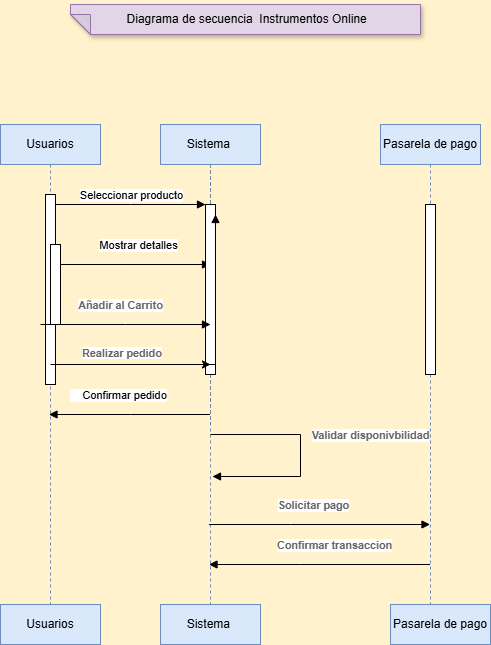
This is Diagrama de secuencia.drawio.png from Cas136/Instrumentos_Online, a draw.io export, as it was before one commit. Source tidied: cells renumbered, new cells last; positions are measured from the earlier drawing's top-left corner, leaving out a move shared by most shapes.
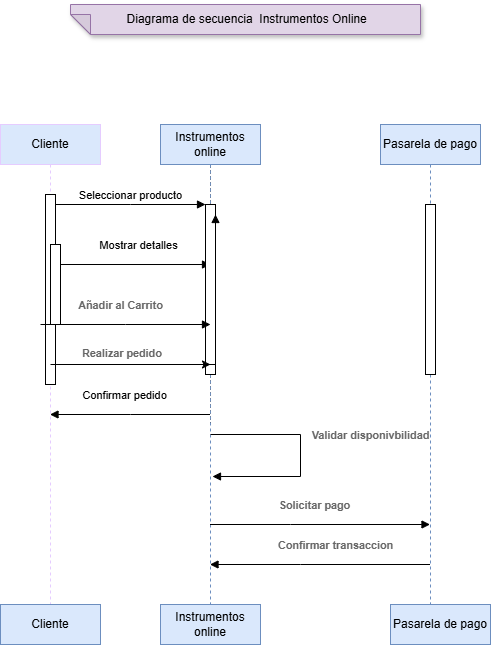
After the commit.

Change to the diagram source:
```diff
@@ -1,8 +1,8 @@
-<mxGraphModel background="#FFF2CC">
+<mxGraphModel background="#FFFFFF">
   <root>
     <mxCell id="0" />
     <mxCell id="1" parent="0" />
-    <mxCell id="2" value="Usuarios" style="shape=umlLifeline;perimeter=lifelinePerimeter;whiteSpace=wrap;html=1;outlineConnect=0;portConstraint=eastwest;newEdgeStyle={&quot;edgeStyle&quot;:&quot;elbowEdgeStyle&quot;,&quot;elbow&quot;:&quot;vertical&quot;,&quot;curved&quot;:0,&quot;rounded&quot;:0};fillColor=#dae8fc;strokeColor=#6c8ebf;" parent="1" vertex="1">
+    <mxCell id="2" value="Cliente" style="shape=umlLifeline;perimeter=lifelinePerimeter;whiteSpace=wrap;html=1;outlineConnect=0;portConstraint=eastwest;newEdgeStyle={&quot;edgeStyle&quot;:&quot;elbowEdgeStyle&quot;,&quot;elbow&quot;:&quot;vertical&quot;,&quot;curved&quot;:0,&quot;rounded&quot;:0};fillColor=#dae8fc;strokeColor=#E5CCFF;" parent="1" vertex="1">
       <mxGeometry y="120" width="100" height="480" as="geometry" />
     </mxCell>
     <mxCell id="3" style="html=1;points=[];perimeter=orthogonalPerimeter;outlineConnect=0;targetShapes=umlLifeline;portConstraint=eastwest;newEdgeStyle={&quot;edgeStyle&quot;:&quot;elbowEdgeStyle&quot;,&quot;elbow&quot;:&quot;vertical&quot;,&quot;curved&quot;:0,&quot;rounded&quot;:0};" parent="2" vertex="1">
@@ -33,7 +33,7 @@
         </Array>
       </mxGeometry>
     </mxCell>
-    <mxCell id="9" value="Sistema&amp;nbsp;" style="shape=umlLifeline;perimeter=lifelinePerimeter;whiteSpace=wrap;html=1;outlineConnect=0;portConstraint=eastwest;newEdgeStyle={&quot;edgeStyle&quot;:&quot;elbowEdgeStyle&quot;,&quot;elbow&quot;:&quot;vertical&quot;,&quot;curved&quot;:0,&quot;rounded&quot;:0};fillColor=#dae8fc;strokeColor=#6c8ebf;" parent="1" vertex="1">
+    <mxCell id="9" value="Instrumentos online" style="shape=umlLifeline;perimeter=lifelinePerimeter;whiteSpace=wrap;html=1;outlineConnect=0;portConstraint=eastwest;newEdgeStyle={&quot;edgeStyle&quot;:&quot;elbowEdgeStyle&quot;,&quot;elbow&quot;:&quot;vertical&quot;,&quot;curved&quot;:0,&quot;rounded&quot;:0};fillColor=#dae8fc;strokeColor=#6c8ebf;" parent="1" vertex="1">
       <mxGeometry x="160" y="120" width="100" height="480" as="geometry" />
     </mxCell>
     <mxCell id="10" style="html=1;points=[];perimeter=orthogonalPerimeter;outlineConnect=0;targetShapes=umlLifeline;portConstraint=eastwest;newEdgeStyle={&quot;edgeStyle&quot;:&quot;elbowEdgeStyle&quot;,&quot;elbow&quot;:&quot;vertical&quot;,&quot;curved&quot;:0,&quot;rounded&quot;:0};" parent="9" vertex="1">
@@ -72,10 +72,10 @@
     <mxCell id="16" value="&lt;span style=&quot;color: rgb(102, 102, 102); font-family: Helvetica; font-size: 10.7964px; font-style: normal; font-variant-ligatures: normal; font-variant-caps: normal; font-weight: 700; letter-spacing: normal; orphans: 2; text-align: center; text-indent: 0px; text-transform: none; widows: 2; word-spacing: 0px; -webkit-text-stroke-width: 0px; white-space: nowrap; background-color: rgb(255, 255, 255); text-decoration-thickness: initial; text-decoration-style: initial; text-decoration-color: initial; float: none; display: inline !important;&quot;&gt;Realizar pedido&lt;/span&gt;" style="text;whiteSpace=wrap;html=1;" parent="1" vertex="1">
       <mxGeometry x="80" y="335" width="120" height="40" as="geometry" />
     </mxCell>
-    <mxCell id="17" value="Usuarios" style="shape=umlLifeline;perimeter=lifelinePerimeter;whiteSpace=wrap;html=1;newEdgeStyle={&quot;edgeStyle&quot;:&quot;elbowEdgeStyle&quot;,&quot;elbow&quot;:&quot;vertical&quot;,&quot;curved&quot;:0,&quot;rounded&quot;:0};fillColor=#dae8fc;strokeColor=#6c8ebf;" parent="1" vertex="1">
+    <mxCell id="17" value="Cliente" style="shape=umlLifeline;perimeter=lifelinePerimeter;whiteSpace=wrap;html=1;newEdgeStyle={&quot;edgeStyle&quot;:&quot;elbowEdgeStyle&quot;,&quot;elbow&quot;:&quot;vertical&quot;,&quot;curved&quot;:0,&quot;rounded&quot;:0};fillColor=#dae8fc;strokeColor=#6c8ebf;" parent="1" vertex="1">
       <mxGeometry y="600" width="100" height="40" as="geometry" />
     </mxCell>
-    <mxCell id="18" value="Sistema&amp;nbsp;" style="shape=umlLifeline;perimeter=lifelinePerimeter;whiteSpace=wrap;html=1;newEdgeStyle={&quot;edgeStyle&quot;:&quot;elbowEdgeStyle&quot;,&quot;elbow&quot;:&quot;vertical&quot;,&quot;curved&quot;:0,&quot;rounded&quot;:0};fillColor=#dae8fc;strokeColor=#6c8ebf;" parent="1" vertex="1">
+    <mxCell id="18" value="Instrumentos online" style="shape=umlLifeline;perimeter=lifelinePerimeter;whiteSpace=wrap;html=1;newEdgeStyle={&quot;edgeStyle&quot;:&quot;elbowEdgeStyle&quot;,&quot;elbow&quot;:&quot;vertical&quot;,&quot;curved&quot;:0,&quot;rounded&quot;:0};fillColor=#dae8fc;strokeColor=#6c8ebf;" parent="1" vertex="1">
       <mxGeometry x="160" y="600" width="100" height="40" as="geometry" />
     </mxCell>
     <mxCell id="19" value="Pasarela de pago" style="shape=umlLifeline;perimeter=lifelinePerimeter;whiteSpace=wrap;html=1;newEdgeStyle={&quot;edgeStyle&quot;:&quot;elbowEdgeStyle&quot;,&quot;elbow&quot;:&quot;vertical&quot;,&quot;curved&quot;:0,&quot;rounded&quot;:0};fillColor=#dae8fc;strokeColor=#6c8ebf;" parent="1" vertex="1">
```
